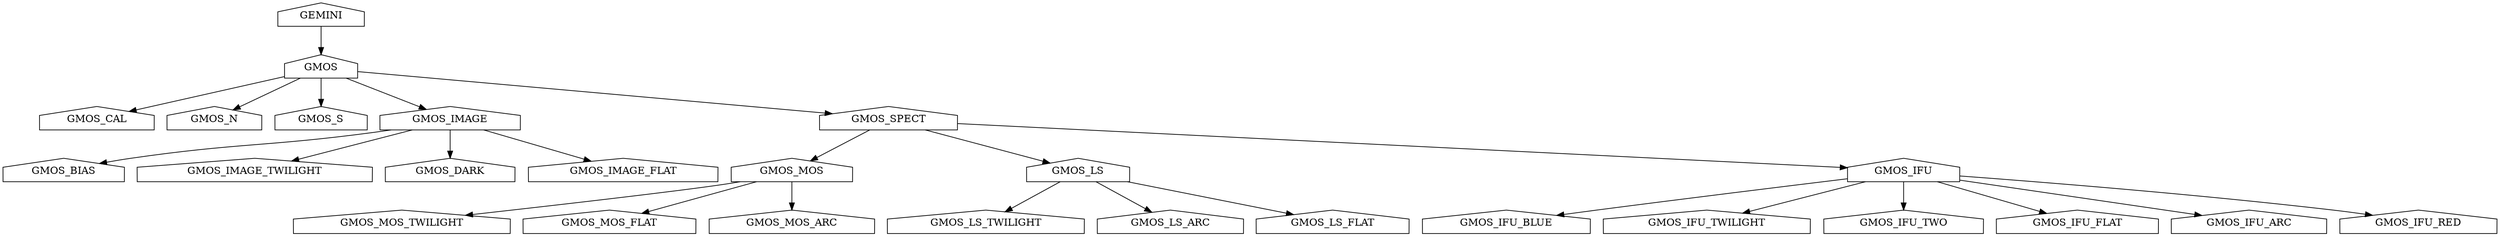
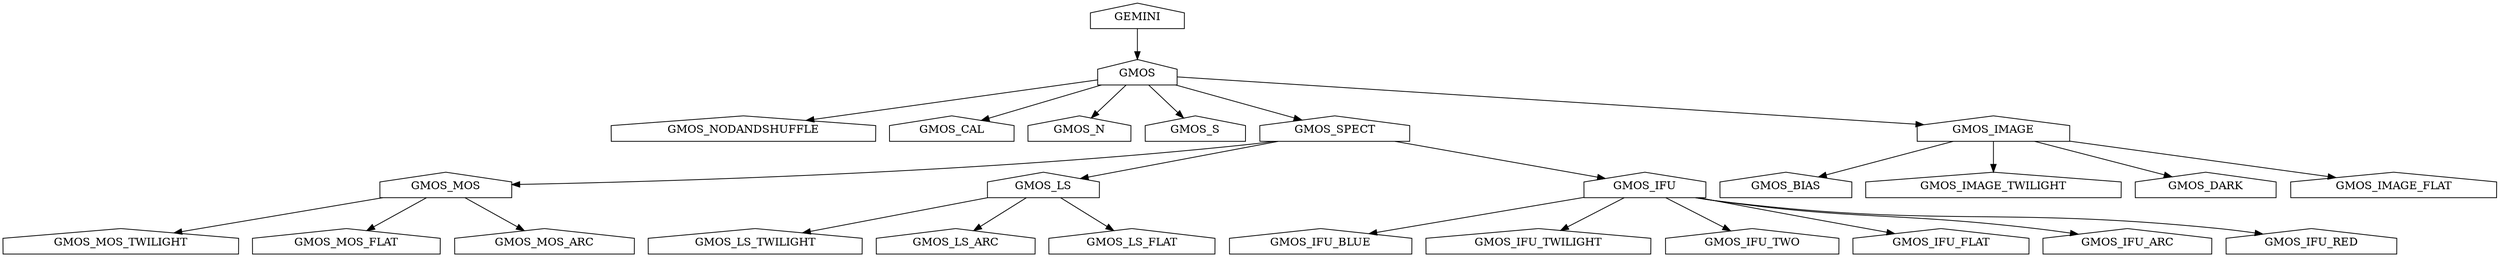
digraph GEMINI_Type_Graph {
	node [label="\N"];
- 	graph [bb="0,0,2877,324"];
- 	GMOS [URL="GMOS-tree-pd.svg", shape=house, tooltip="ADCONFIG_Gemini/classifications/types/gmos/gemdtype.GMOS.py", pos="366,234", width="1.14", height="0.50"];
- 	GMOS_CAL [URL="GMOS-tree-pd.svg", shape=house, tooltip="ADCONFIG_Gemini/classifications/types/gmos/gemdtype.GMOS_CAL.py", pos="103,162", width="1.83", height="0.50"];
- 	GMOS_IFU_BLUE [URL="GMOS-tree-pd.svg", shape=house, tooltip="ADCONFIG_Gemini/classifications/types/gmos/gemdtype.GMOS_IFU_BLUE.py", pos="1739,18", width="2.61", height="0.50"];
- 	GMOS_BIAS [URL="GMOS-tree-pd.svg", shape=house, tooltip="ADCONFIG_Gemini/classifications/types/gmos/gemdtype.GMOS_BIAS.py", pos="69,90", width="1.92", height="0.50"];
- 	GMOS_MOS [URL="GMOS-tree-pd.svg", shape=house, tooltip="ADCONFIG_Gemini/classifications/types/gmos/gemdtype.GMOS_MOS.py", pos="911,90", width="1.92", height="0.50"];
- 	GMOS_IFU_TWILIGHT [URL="GMOS-tree-pd.svg", shape=house, tooltip="ADCONFIG_Gemini/classifications/types/gmos/gemdtype.GMOS_IFU_TWILIGHT.py", pos="1969,18", width="3.28", height="0.50"];
- 	GEMINI [URL="GEMINI-tree-pd.svg", shape=house, tooltip="ADCONFIG_Gemini/classifications/types/gemdtype.GEMINI.py", pos="366,306", width="1.31", height="0.50"];
- 	GMOS_LS [URL="GMOS-tree-pd.svg", shape=house, tooltip="ADCONFIG_Gemini/classifications/types/gmos/gemdtype.GMOS_LS.py", pos="1245,90", width="1.61", height="0.50"];
- 	GMOS_IFU_TWO [URL="GMOS-tree-pd.svg", shape=house, tooltip="ADCONFIG_Gemini/classifications/types/gmos/gemdtype.GMOS_IFU_TWO.py", pos="2197,18", width="2.56", height="0.50"];
- 	GMOS_IFU_FLAT [URL="GMOS-tree-pd.svg", shape=house, tooltip="ADCONFIG_Gemini/classifications/types/gmos/gemdtype.GMOS_IFU_FLAT.py", pos="2398,18", width="2.53", height="0.50"];
- 	GMOS_MOS_TWILIGHT [URL="GMOS-tree-pd.svg", shape=house, tooltip="ADCONFIG_Gemini/classifications/types/gmos/gemdtype.GMOS_MOS_TWILIGHT.py", pos="461,18", width="3.44", height="0.50"];
- 	GMOS_MOS_FLAT [URL="GMOS-tree-pd.svg", shape=house, tooltip="ADCONFIG_Gemini/classifications/types/gmos/gemdtype.GMOS_MOS_FLAT.py", pos="701,18", width="2.72", height="0.50"];
- 	GMOS_MOS_ARC [URL="GMOS-tree-pd.svg", shape=house, tooltip="ADCONFIG_Gemini/classifications/types/gmos/gemdtype.GMOS_MOS_ARC.py", pos="911,18", width="2.61", height="0.50"];
- 	GMOS_IMAGE_TWILIGHT [URL="GMOS-tree-pd.svg", shape=house, tooltip="ADCONFIG_Gemini/classifications/types/gmos/gemdtype.GMOS_IMAGE_TWILIGHT.py", pos="290,90", width="3.72", height="0.50"];
- 	GMOS_LS_TWILIGHT [URL="GMOS-tree-pd.svg", shape=house, tooltip="ADCONFIG_Gemini/classifications/types/gmos/gemdtype.GMOS_LS_TWILIGHT.py", pos="1137,18", width="3.17", height="0.50"];
- 	GMOS_LS_ARC [URL="GMOS-tree-pd.svg", shape=house, tooltip="ADCONFIG_Gemini/classifications/types/gmos/gemdtype.GMOS_LS_ARC.py", pos="1352,18", width="2.31", height="0.50"];
- 	GMOS_N [URL="GMOS-tree-pd.svg", shape=house, tooltip="ADCONFIG_Gemini/classifications/types/gmos/gemdtype.GMOS_N.py", pos="241,162", width="1.50", height="0.50"];
- 	GMOS_LS_FLAT [URL="GMOS-tree-pd.svg", shape=house, tooltip="ADCONFIG_Gemini/classifications/types/gmos/gemdtype.GMOS_LS_FLAT.py", pos="1540,18", width="2.42", height="0.50"];
- 	GMOS_S [URL="GMOS-tree-pd.svg", shape=house, tooltip="ADCONFIG_Gemini/classifications/types/gmos/gemdtype.GMOS_S.py", pos="366,162", width="1.47", height="0.50"];
- 	GMOS_IMAGE [URL="GMOS-tree-pd.svg", shape=house, tooltip="ADCONFIG_Gemini/classifications/types/gmos/gemdtype.GMOS_IMAGE.py", pos="516,162", width="2.19", height="0.50"];
- 	GMOS_IFU_ARC [URL="GMOS-tree-pd.svg", shape=house, tooltip="ADCONFIG_Gemini/classifications/types/gmos/gemdtype.GMOS_IFU_ARC.py", pos="2594,18", width="2.42", height="0.50"];
- 	GMOS_IFU [URL="GMOS-tree-pd.svg", shape=house, tooltip="ADCONFIG_Gemini/classifications/types/gmos/gemdtype.GMOS_IFU.py", pos="2197,90", width="1.72", height="0.50"];
- 	GMOS_DARK [URL="GMOS-tree-pd.svg", shape=house, tooltip="ADCONFIG_Gemini/classifications/types/gmos/gemdtype.GMOS_DARK.py", pos="516,90", width="2.06", height="0.50"];
- 	GMOS_IMAGE_FLAT [URL="GMOS-tree-pd.svg", shape=house, tooltip="ADCONFIG_Gemini/classifications/types/gmos/gemdtype.GMOS_IMAGE_FLAT.py", pos="716,90", width="3.00", height="0.50"];
- 	GMOS_SPECT [URL="GMOS-tree-pd.svg", shape=house, tooltip="ADCONFIG_Gemini/classifications/types/gmos/gemdtype.GMOS_SPECT.py", pos="1131,162", width="2.17", height="0.50"];
- 	GMOS_IFU_RED [URL="GMOS-tree-pd.svg", shape=house, tooltip="ADCONFIG_Gemini/classifications/types/gmos/gemdtype.GMOS_IFU_RED.py", pos="2788,18", width="2.47", height="0.50"];
- 	GMOS_MOS -> GMOS_MOS_ARC [pos="e,911,36 911,75 911,67 911,56 911,46"];
- 	GMOS -> GMOS_SPECT [pos="e,1060,169 407,230 528,218 887,184 1050,170"];
- 	GEMINI -> GMOS [pos="e,366,252 366,291 366,283 366,272 366,262"];
- 	GMOS_LS -> GMOS_LS_ARC [pos="e,1330,33 1267,75 1282,65 1303,50 1321,39"];
- 	GMOS_IFU -> GMOS_IFU_ARC [pos="e,2539,28 2259,79 2320,68 2415,51 2498,36 2508,34 2519,32 2529,30"];
- 	GMOS_IFU -> GMOS_IFU_RED [pos="e,2734,28 2259,84 2353,76 2535,58 2690,36 2701,34 2712,32 2724,30"];
- 	GMOS_LS -> GMOS_LS_TWILIGHT [pos="e,1161,34 1223,75 1208,65 1187,51 1169,40"];
- 	GMOS_LS -> GMOS_LS_FLAT [pos="e,1493,29 1303,76 1356,63 1432,44 1483,32"];
- 	GMOS_IFU -> GMOS_IFU_BLUE [pos="e,1798,28 2135,81 2064,70 1944,52 1842,36 1831,34 1819,32 1808,30"];
- 	GMOS_IMAGE -> GMOS_BIAS [pos="e,112,100 448,147 441,146 434,145 428,144 303,123 270,130 147,108 139,107 130,105 122,103"];
- 	GMOS_MOS -> GMOS_MOS_TWILIGHT [pos="e,538,28 850,75 844,74 839,73 833,72 779,61 641,42 548,29"];
- 	GMOS -> GMOS_IMAGE [pos="e,487,176 396,219 420,207 453,192 478,180"];
- 	GMOS_IMAGE -> GMOS_IMAGE_TWILIGHT [pos="e,334,104 470,147 433,135 382,119 344,107"];
- 	GMOS -> GMOS_S [pos="e,366,180 366,219 366,211 366,200 366,190"];
- 	GMOS_IMAGE -> GMOS_IMAGE_FLAT [pos="e,678,104 556,147 589,135 634,119 668,107"];
- 	GMOS_MOS -> GMOS_MOS_FLAT [pos="e,740,31 869,75 834,63 785,47 750,34"];
- 	GMOS_SPECT -> GMOS_LS [pos="e,1223,103 1154,147 1171,136 1196,121 1215,109"];
- 	GMOS_SPECT -> GMOS_MOS [pos="e,947,102 1086,147 1048,135 995,117 957,105"];
- 	GMOS -> GMOS_CAL [pos="e,142,173 325,223 278,210 202,189 152,176"];
- 	GMOS_IFU -> GMOS_IFU_TWO [pos="e,2197,36 2197,75 2197,67 2197,56 2197,46"];
- 	GMOS_IFU -> GMOS_IFU_TWILIGHT [pos="e,2012,32 2151,75 2113,63 2061,47 2022,35"];
- 	GMOS_IMAGE -> GMOS_DARK [pos="e,516,108 516,147 516,139 516,128 516,118"];
- 	GMOS_SPECT -> GMOS_IFU [pos="e,2135,94 1209,157 1408,143 1932,108 2125,95"];
- 	GMOS_IFU -> GMOS_IFU_FLAT [pos="e,2361,31 2238,75 2271,63 2317,46 2351,34"];
- 	GMOS -> GMOS_N [pos="e,264,175 341,219 321,208 294,192 273,180"];
+ 	graph [bb="0,0,2650,324"];
+ 	GMOS [URL="GMOS-tree-pd.svg", shape=house, tooltip="ADCONFIG_Gemini/classifications/types/GMOS/gemdtype.GMOS.py", pos="1273,234", width="1.14", height="0.50"];
+ 	GMOS_BIAS [URL="GMOS-tree-pd.svg", shape=house, tooltip="ADCONFIG_Gemini/classifications/types/GMOS/gemdtype.GMOS_BIAS.py", pos="1895,90", width="1.92", height="0.50"];
+ 	GMOS_IFU_BLUE [URL="GMOS-tree-pd.svg", shape=house, tooltip="ADCONFIG_Gemini/classifications/types/GMOS/gemdtype.GMOS_IFU_BLUE.py", pos="1402,18", width="2.61", height="0.50"];
+ 	GMOS_MOS [URL="GMOS-tree-pd.svg", shape=house, tooltip="ADCONFIG_Gemini/classifications/types/GMOS/gemdtype.GMOS_MOS.py", pos="469,90", width="1.92", height="0.50"];
+ 	GMOS_IFU_TWILIGHT [URL="GMOS-tree-pd.svg", shape=house, tooltip="ADCONFIG_Gemini/classifications/types/GMOS/gemdtype.GMOS_IFU_TWILIGHT.py", pos="1632,18", width="3.28", height="0.50"];
+ 	GMOS_NODANDSHUFFLE [URL="GMOS-tree-pd.svg", shape=house, tooltip="ADCONFIG_Gemini/classifications/types/GMOS/gemdtype.GMOS_NODANDSHUFFLE.py", pos="854,162", width="3.75", height="0.50"];
+ 	GEMINI [URL="GEMINI-tree-pd.svg", shape=house, tooltip="ADCONFIG_Gemini/classifications/types/gemdtype.GEMINI.py", pos="1273,306", width="1.31", height="0.50"];
+ 	GMOS_LS [URL="GMOS-tree-pd.svg", shape=house, tooltip="ADCONFIG_Gemini/classifications/types/GMOS/gemdtype.GMOS_LS.py", pos="1109,90", width="1.61", height="0.50"];
+ 	GMOS_IFU_TWO [URL="GMOS-tree-pd.svg", shape=house, tooltip="ADCONFIG_Gemini/classifications/types/GMOS/gemdtype.GMOS_IFU_TWO.py", pos="1860,18", width="2.56", height="0.50"];
+ 	GMOS_IFU_FLAT [URL="GMOS-tree-pd.svg", shape=house, tooltip="ADCONFIG_Gemini/classifications/types/GMOS/gemdtype.GMOS_IFU_FLAT.py", pos="2061,18", width="2.53", height="0.50"];
+ 	GMOS_MOS_TWILIGHT [URL="GMOS-tree-pd.svg", shape=house, tooltip="ADCONFIG_Gemini/classifications/types/GMOS/gemdtype.GMOS_MOS_TWILIGHT.py", pos="124,18", width="3.44", height="0.50"];
+ 	GMOS_MOS_FLAT [URL="GMOS-tree-pd.svg", shape=house, tooltip="ADCONFIG_Gemini/classifications/types/GMOS/gemdtype.GMOS_MOS_FLAT.py", pos="364,18", width="2.72", height="0.50"];
+ 	GMOS_MOS_ARC [URL="GMOS-tree-pd.svg", shape=house, tooltip="ADCONFIG_Gemini/classifications/types/GMOS/gemdtype.GMOS_MOS_ARC.py", pos="574,18", width="2.61", height="0.50"];
+ 	GMOS_CAL [URL="GMOS-tree-pd.svg", shape=house, tooltip="ADCONFIG_Gemini/classifications/types/GMOS/gemdtype.GMOS_CAL.py", pos="1073,162", width="1.83", height="0.50"];
+ 	GMOS_IMAGE_TWILIGHT [URL="GMOS-tree-pd.svg", shape=house, tooltip="ADCONFIG_Gemini/classifications/types/GMOS/gemdtype.GMOS_IMAGE_TWILIGHT.py", pos="2116,90", width="3.72", height="0.50"];
+ 	GMOS_LS_TWILIGHT [URL="GMOS-tree-pd.svg", shape=house, tooltip="ADCONFIG_Gemini/classifications/types/GMOS/gemdtype.GMOS_LS_TWILIGHT.py", pos="800,18", width="3.17", height="0.50"];
+ 	GMOS_LS_ARC [URL="GMOS-tree-pd.svg", shape=house, tooltip="ADCONFIG_Gemini/classifications/types/GMOS/gemdtype.GMOS_LS_ARC.py", pos="1015,18", width="2.31", height="0.50"];
+ 	GMOS_N [URL="GMOS-tree-pd.svg", shape=house, tooltip="ADCONFIG_Gemini/classifications/types/GMOS/gemdtype.GMOS_N.py", pos="1211,162", width="1.50", height="0.50"];
+ 	GMOS_LS_FLAT [URL="GMOS-tree-pd.svg", shape=house, tooltip="ADCONFIG_Gemini/classifications/types/GMOS/gemdtype.GMOS_LS_FLAT.py", pos="1203,18", width="2.42", height="0.50"];
+ 	GMOS_S [URL="GMOS-tree-pd.svg", shape=house, tooltip="ADCONFIG_Gemini/classifications/types/GMOS/gemdtype.GMOS_S.py", pos="1336,162", width="1.47", height="0.50"];
+ 	GMOS_SPECT [URL="GMOS-tree-pd.svg", shape=house, tooltip="ADCONFIG_Gemini/classifications/types/GMOS/gemdtype.GMOS_SPECT.py", pos="1485,162", width="2.17", height="0.50"];
+ 	GMOS_IFU_ARC [URL="GMOS-tree-pd.svg", shape=house, tooltip="ADCONFIG_Gemini/classifications/types/GMOS/gemdtype.GMOS_IFU_ARC.py", pos="2257,18", width="2.42", height="0.50"];
+ 	GMOS_IFU [URL="GMOS-tree-pd.svg", shape=house, tooltip="ADCONFIG_Gemini/classifications/types/GMOS/gemdtype.GMOS_IFU.py", pos="1746,90", width="1.72", height="0.50"];
+ 	GMOS_DARK [URL="GMOS-tree-pd.svg", shape=house, tooltip="ADCONFIG_Gemini/classifications/types/GMOS/gemdtype.GMOS_DARK.py", pos="2342,90", width="2.06", height="0.50"];
+ 	GMOS_IMAGE_FLAT [URL="GMOS-tree-pd.svg", shape=house, tooltip="ADCONFIG_Gemini/classifications/types/GMOS/gemdtype.GMOS_IMAGE_FLAT.py", pos="2542,90", width="3.00", height="0.50"];
+ 	GMOS_IMAGE [URL="GMOS-tree-pd.svg", shape=house, tooltip="ADCONFIG_Gemini/classifications/types/GMOS/gemdtype.GMOS_IMAGE.py", pos="2116,162", width="2.19", height="0.50"];
+ 	GMOS_IFU_RED [URL="GMOS-tree-pd.svg", shape=house, tooltip="ADCONFIG_Gemini/classifications/types/GMOS/gemdtype.GMOS_IFU_RED.py", pos="2451,18", width="2.47", height="0.50"];
+ 	GMOS_MOS -> GMOS_MOS_ARC [pos="e,552,33 490,75 505,65 526,50 544,39"];
+ 	GMOS -> GMOS_SPECT [pos="e,1449,174 1314,220 1350,208 1402,190 1439,177"];
+ 	GEMINI -> GMOS [pos="e,1273,252 1273,291 1273,283 1273,272 1273,262"];
+ 	GMOS_LS -> GMOS_LS_ARC [pos="e,1035,33 1090,75 1077,65 1058,51 1043,39"];
+ 	GMOS_MOS -> GMOS_MOS_FLAT [pos="e,387,33 448,75 433,65 412,51 395,39"];
+ 	GMOS_IFU -> GMOS_IFU_RED [pos="e,2398,29 1799,75 1805,74 1811,73 1817,72 2052,34 2116,65 2353,36 2364,34 2376,32 2388,30"];
+ 	GMOS_LS -> GMOS_LS_TWILIGHT [pos="e,852,30 1051,76 997,64 917,45 862,32"];
+ 	GMOS_LS -> GMOS_LS_FLAT [pos="e,1183,33 1128,75 1141,65 1160,51 1175,39"];
+ 	GMOS_IFU -> GMOS_IFU_BLUE [pos="e,1455,29 1684,77 1622,64 1528,44 1465,31"];
+ 	GMOS_IMAGE -> GMOS_BIAS [pos="e,1931,102 2071,147 2033,135 1979,117 1941,105"];
+ 	GMOS_MOS -> GMOS_MOS_TWILIGHT [pos="e,182,30 400,76 339,64 252,45 192,32"];
+ 	GMOS -> GMOS_IMAGE [pos="e,2041,168 1314,230 1444,219 1853,184 2031,169"];
+ 	GMOS_IMAGE -> GMOS_IMAGE_TWILIGHT [pos="e,2116,108 2116,147 2116,139 2116,128 2116,118"];
+ 	GMOS -> GMOS_S [pos="e,1323,177 1286,219 1295,209 1306,196 1316,185"];
+ 	GMOS_IMAGE -> GMOS_IMAGE_FLAT [pos="e,2479,101 2195,149 2273,136 2392,116 2469,103"];
+ 	GMOS_IFU -> GMOS_IFU_ARC [pos="e,2204,28 1799,75 1805,74 1811,73 1817,72 1968,45 2008,58 2161,36 2172,34 2183,32 2194,30"];
+ 	GMOS_SPECT -> GMOS_LS [pos="e,1155,98 1416,147 1410,146 1404,145 1398,144 1317,128 1223,110 1165,100"];
+ 	GMOS_SPECT -> GMOS_MOS [pos="e,538,93 1420,147 1413,146 1405,145 1398,144 1235,121 741,101 548,93"];
+ 	GMOS -> GMOS_CAL [pos="e,1106,174 1233,219 1198,207 1151,190 1116,177"];
+ 	GMOS_IFU -> GMOS_IFU_TWO [pos="e,1836,33 1769,75 1785,65 1809,50 1827,38"];
+ 	GMOS -> GMOS_NODANDSHUFFLE [pos="e,922,174 1232,227 1163,215 1021,191 932,176"];
+ 	GMOS_IFU -> GMOS_IFU_TWILIGHT [pos="e,1657,34 1723,75 1707,65 1684,51 1666,39"];
+ 	GMOS_IMAGE -> GMOS_DARK [pos="e,2305,102 2162,147 2201,135 2256,117 2295,105"];
+ 	GMOS_SPECT -> GMOS_IFU [pos="e,1708,100 1538,147 1585,134 1653,116 1698,103"];
+ 	GMOS_IFU -> GMOS_IFU_FLAT [pos="e,2009,29 1802,75 1807,74 1812,73 1817,72 1879,57 1950,41 1999,31"];
+ 	GMOS -> GMOS_N [pos="e,1224,177 1260,219 1252,209 1240,196 1231,185"];
}
